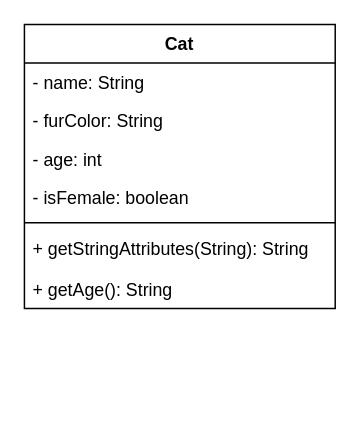
Above: page "Cat-3" (3 of 3) of classdiagram.drawio in Zubair-Eb/2c_Classes_Objects_2 (draw.io), before the change. Source tidied: cells renumbered, new cells numbered last; positions are measured from the earlier drawing's top-left corner, leaving out a move shared by most shapes. Both pictures are drawn from the tidied source at 148%, with x=0, y=0 at pixel (24, 24).
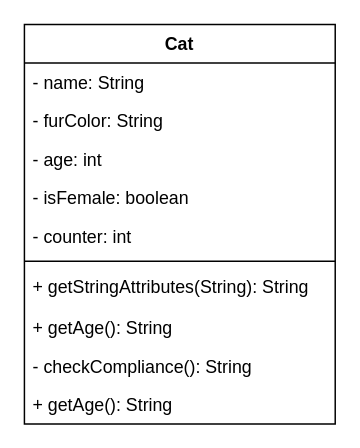
Above is the later version.

Change to the diagram source:
```diff
@@
 <mxGraphModel>
   <root>
     <mxCell id="0" />
     <mxCell id="1" parent="0" />
     <mxCell id="2" value="Cat" style="swimlane;fontStyle=1;align=center;verticalAlign=top;horizontal=1;startSize=26;" parent="1" vertex="1">
-      <mxGeometry width="210" height="192" as="geometry" />
+      <mxGeometry width="210" height="270" as="geometry" />
     </mxCell>
     <mxCell id="3" value="- name: String" style="text;strokeColor=none;fillColor=none;align=left;verticalAlign=top;spacingLeft=4;spacingRight=4;overflow=hidden;" parent="2" vertex="1">
       <mxGeometry y="26" width="210" height="26" as="geometry" />
     </mxCell>
     <mxCell id="4" value="- furColor: String" style="text;strokeColor=none;fillColor=none;align=left;verticalAlign=top;spacingLeft=4;spacingRight=4;overflow=hidden;" parent="2" vertex="1">
       <mxGeometry y="52" width="210" height="26" as="geometry" />
     </mxCell>
     <mxCell id="5" value="- age: int" style="text;strokeColor=none;fillColor=none;align=left;verticalAlign=top;spacingLeft=4;spacingRight=4;overflow=hidden;" parent="2" vertex="1">
       <mxGeometry y="78" width="210" height="26" as="geometry" />
     </mxCell>
     <mxCell id="6" value="- isFemale: boolean" style="text;strokeColor=none;fillColor=none;align=left;verticalAlign=top;spacingLeft=4;spacingRight=4;overflow=hidden;" parent="2" vertex="1">
       <mxGeometry y="104" width="210" height="26" as="geometry" />
     </mxCell>
+    <mxCell id="10" value="- counter: int" style="text;strokeColor=none;fillColor=none;align=left;verticalAlign=top;spacingLeft=4;spacingRight=4;overflow=hidden;" parent="2" vertex="1">
+      <mxGeometry y="130" width="210" height="26" as="geometry" />
+    </mxCell>
     <mxCell id="7" style="line;strokeWidth=1;fillColor=none;align=left;verticalAlign=middle;spacingTop=-1;spacingLeft=3;spacingRight=3;labelPosition=right;" parent="2" vertex="1">
-      <mxGeometry y="130" width="210" height="8" as="geometry" />
+      <mxGeometry y="156" width="210" height="8" as="geometry" />
     </mxCell>
     <mxCell id="8" value="+ getStringAttributes(String): String" style="text;strokeColor=none;fillColor=none;align=left;verticalAlign=top;spacingLeft=4;spacingRight=4;overflow=hidden;" parent="2" vertex="1">
-      <mxGeometry y="138" width="210" height="28" as="geometry" />
+      <mxGeometry y="164" width="210" height="28" as="geometry" />
     </mxCell>
     <mxCell id="9" value="+ getAge(): String" style="text;strokeColor=none;fillColor=none;align=left;verticalAlign=top;spacingLeft=4;spacingRight=4;overflow=hidden;" parent="2" vertex="1">
-      <mxGeometry y="166" width="210" height="26" as="geometry" />
+      <mxGeometry y="192" width="210" height="26" as="geometry" />
     </mxCell>
+    <mxCell id="11" value="- checkCompliance(): String" style="text;strokeColor=none;fillColor=none;align=left;verticalAlign=top;spacingLeft=4;spacingRight=4;overflow=hidden;" parent="2" vertex="1">
+      <mxGeometry y="218" width="210" height="26" as="geometry" />
+    </mxCell>
+    <mxCell id="12" value="+ getAge(): String" style="text;strokeColor=none;fillColor=none;align=left;verticalAlign=top;spacingLeft=4;spacingRight=4;overflow=hidden;" parent="2" vertex="1">
+      <mxGeometry y="244" width="210" height="26" as="geometry" />
+    </mxCell>
   </root>
 </mxGraphModel>
```
